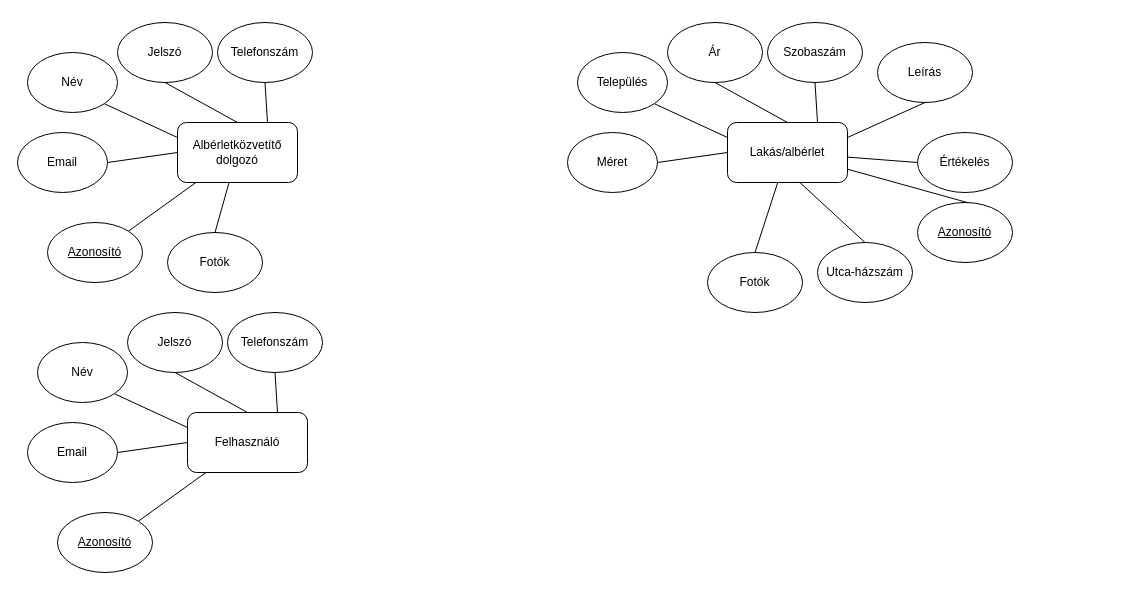
Earlier version of the draw.io diagram ek_diagramm.drawio (gmilan111/ingatlanos). Source tidied: cells renumbered, new cells numbered last; positions are measured from the earlier drawing's top-left corner, leaving out a move shared by most shapes. Both pictures are drawn from the tidied source at 100%, with x=0, y=0 at pixel (17, 22).
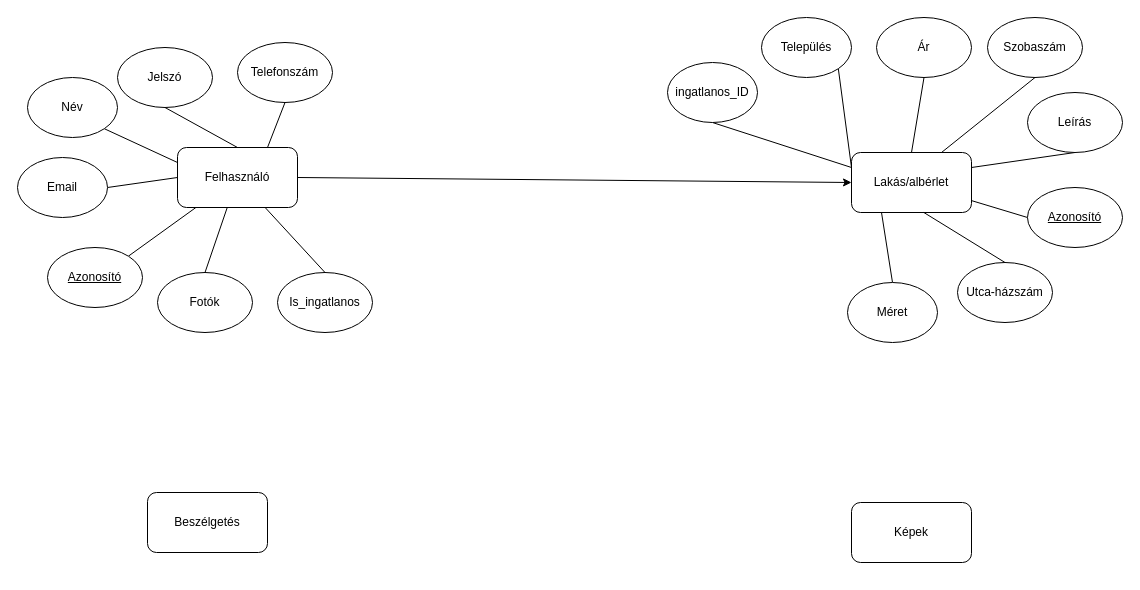
After the change.

Change to the diagram source:
```diff
@@
-    <mxCell id="2" value="Albérletközvetítő dolgozó" style="rounded=1;whiteSpace=wrap;html=1;" parent="1" vertex="1">
-      <mxGeometry x="160" y="100" width="120" height="60" as="geometry" />
+    <mxCell id="2" value="Felhasználó" style="rounded=1;whiteSpace=wrap;html=1;" parent="1" vertex="1">
+      <mxGeometry x="160" y="125" width="120" height="60" as="geometry" />
     </mxCell>
@@
     <mxCell id="4" value="Név&lt;br&gt;" style="ellipse;whiteSpace=wrap;html=1;" parent="1" vertex="1">
-      <mxGeometry x="10" y="30" width="90" height="60" as="geometry" />
+      <mxGeometry x="10" y="55" width="90" height="60" as="geometry" />
     </mxCell>
@@
     <mxCell id="6" value="Email" style="ellipse;whiteSpace=wrap;html=1;" parent="1" vertex="1">
-      <mxGeometry y="110" width="90" height="60" as="geometry" />
+      <mxGeometry y="135" width="90" height="60" as="geometry" />
     </mxCell>
@@
     <mxCell id="8" value="Jelszó" style="ellipse;whiteSpace=wrap;html=1;" parent="1" vertex="1">
-      <mxGeometry x="100" width="95" height="60" as="geometry" />
+      <mxGeometry x="100" y="25" width="95" height="60" as="geometry" />
     </mxCell>
@@
     <mxCell id="10" value="Telefonszám" style="ellipse;whiteSpace=wrap;html=1;" parent="1" vertex="1">
-      <mxGeometry x="200" width="95" height="60" as="geometry" />
+      <mxGeometry x="220" y="20" width="95" height="60" as="geometry" />
     </mxCell>
@@
     <mxCell id="12" value="&lt;u&gt;Azonosító&lt;/u&gt;" style="ellipse;whiteSpace=wrap;html=1;" parent="1" vertex="1">
-      <mxGeometry x="30" y="200" width="95" height="60" as="geometry" />
+      <mxGeometry x="30" y="225" width="95" height="60" as="geometry" />
     </mxCell>
-    <mxCell id="13" value="Felhasználó" style="rounded=1;whiteSpace=wrap;html=1;" parent="1" vertex="1">
-      <mxGeometry x="170" y="390" width="120" height="60" as="geometry" />
-    </mxCell>
-    <mxCell id="14" style="rounded=0;jettySize=auto;html=1;exitX=1;exitY=1;exitDx=0;exitDy=0;entryX=0;entryY=0.25;entryDx=0;entryDy=0;endArrow=none;endFill=0;" parent="1" edge="1" source="15" target="13">
-      <mxGeometry relative="1" as="geometry" />
-    </mxCell>
-    <mxCell id="15" value="Név&lt;br&gt;" style="ellipse;whiteSpace=wrap;html=1;" parent="1" vertex="1">
-      <mxGeometry x="20" y="320" width="90" height="60" as="geometry" />
-    </mxCell>
-    <mxCell id="16" style="rounded=0;jettySize=auto;html=1;exitX=1;exitY=0.5;exitDx=0;exitDy=0;entryX=0;entryY=0.5;entryDx=0;entryDy=0;strokeWidth=1;endArrow=none;endFill=0;" parent="1" edge="1" source="17" target="13">
-      <mxGeometry relative="1" as="geometry" />
-    </mxCell>
-    <mxCell id="17" value="Email" style="ellipse;whiteSpace=wrap;html=1;" parent="1" vertex="1">
-      <mxGeometry x="10" y="400" width="90" height="60" as="geometry" />
-    </mxCell>
-    <mxCell id="18" style="rounded=0;jettySize=auto;html=1;exitX=0.5;exitY=1;exitDx=0;exitDy=0;entryX=0.5;entryY=0;entryDx=0;entryDy=0;endArrow=none;endFill=0;" parent="1" edge="1" source="19" target="13">
-      <mxGeometry relative="1" as="geometry" />
-    </mxCell>
-    <mxCell id="19" value="Jelszó" style="ellipse;whiteSpace=wrap;html=1;" parent="1" vertex="1">
-      <mxGeometry x="110" y="290" width="95" height="60" as="geometry" />
-    </mxCell>
-    <mxCell id="20" style="rounded=0;jettySize=auto;html=1;exitX=0.5;exitY=1;exitDx=0;exitDy=0;entryX=0.75;entryY=0;entryDx=0;entryDy=0;endArrow=none;endFill=0;" parent="1" edge="1" source="21" target="13">
-      <mxGeometry relative="1" as="geometry" />
-    </mxCell>
-    <mxCell id="21" value="Telefonszám" style="ellipse;whiteSpace=wrap;html=1;" parent="1" vertex="1">
-      <mxGeometry x="210" y="290" width="95" height="60" as="geometry" />
-    </mxCell>
-    <mxCell id="22" style="rounded=0;jettySize=auto;html=1;exitX=1;exitY=0;exitDx=0;exitDy=0;endArrow=none;endFill=0;" parent="1" edge="1" source="23" target="13">
-      <mxGeometry relative="1" as="geometry" />
-    </mxCell>
-    <mxCell id="23" value="&lt;u&gt;Azonosító&lt;/u&gt;" style="ellipse;whiteSpace=wrap;html=1;" parent="1" vertex="1">
-      <mxGeometry x="40" y="490" width="95" height="60" as="geometry" />
-    </mxCell>
     <mxCell id="24" value="Lakás/albérlet" style="rounded=1;whiteSpace=wrap;html=1;" parent="1" vertex="1">
-      <mxGeometry x="710" y="100" width="120" height="60" as="geometry" />
+      <mxGeometry x="834" y="130" width="120" height="60" as="geometry" />
     </mxCell>
@@
     <mxCell id="26" value="Település" style="ellipse;whiteSpace=wrap;html=1;" parent="1" vertex="1">
-      <mxGeometry x="560" y="30" width="90" height="60" as="geometry" />
+      <mxGeometry x="744" y="-5" width="90" height="60" as="geometry" />
     </mxCell>
-    <mxCell id="27" style="rounded=0;jettySize=auto;html=1;exitX=1;exitY=0.5;exitDx=0;exitDy=0;entryX=0;entryY=0.5;entryDx=0;entryDy=0;strokeWidth=1;endArrow=none;endFill=0;" parent="1" edge="1" source="28" target="24">
+    <mxCell id="27" style="rounded=0;jettySize=auto;html=1;exitX=0.5;exitY=0;exitDx=0;exitDy=0;entryX=0.25;entryY=1;entryDx=0;entryDy=0;strokeWidth=1;endArrow=none;endFill=0;" parent="1" edge="1" source="28" target="24">
       <mxGeometry relative="1" as="geometry" />
     </mxCell>
     <mxCell id="28" value="Méret" style="ellipse;whiteSpace=wrap;html=1;" parent="1" vertex="1">
-      <mxGeometry x="550" y="110" width="90" height="60" as="geometry" />
+      <mxGeometry x="830" y="260" width="90" height="60" as="geometry" />
     </mxCell>
@@
     <mxCell id="30" value="Ár" style="ellipse;whiteSpace=wrap;html=1;" parent="1" vertex="1">
-      <mxGeometry x="650" width="95" height="60" as="geometry" />
+      <mxGeometry x="859" y="-5" width="95" height="60" as="geometry" />
     </mxCell>
@@
     <mxCell id="32" value="Szobaszám" style="ellipse;whiteSpace=wrap;html=1;" parent="1" vertex="1">
-      <mxGeometry x="750" width="95" height="60" as="geometry" />
+      <mxGeometry x="970" y="-5" width="95" height="60" as="geometry" />
     </mxCell>
-    <mxCell id="33" style="rounded=0;jettySize=auto;html=1;exitX=1;exitY=0;exitDx=0;exitDy=0;endArrow=none;endFill=0;" parent="1" edge="1" source="34" target="24">
+    <mxCell id="33" style="rounded=0;jettySize=auto;html=1;exitX=0;exitY=0.5;exitDx=0;exitDy=0;endArrow=none;endFill=0;" parent="1" edge="1" source="34" target="24">
       <mxGeometry relative="1" as="geometry" />
     </mxCell>
     <mxCell id="34" value="&lt;u&gt;Azonosító&lt;/u&gt;" style="ellipse;whiteSpace=wrap;html=1;" parent="1" vertex="1">
-      <mxGeometry x="900" y="180" width="95" height="60" as="geometry" />
+      <mxGeometry x="1010" y="165" width="95" height="60" as="geometry" />
     </mxCell>
@@
     <mxCell id="36" value="Leírás" style="ellipse;whiteSpace=wrap;html=1;" parent="1" vertex="1">
-      <mxGeometry x="860" y="20" width="95" height="60" as="geometry" />
+      <mxGeometry x="1010" y="70" width="95" height="60" as="geometry" />
     </mxCell>
-    <mxCell id="37" style="rounded=0;jettySize=auto;html=1;exitX=0;exitY=0.5;exitDx=0;exitDy=0;endArrow=none;endFill=0;" parent="1" edge="1" source="38" target="24">
-      <mxGeometry relative="1" as="geometry" />
-    </mxCell>
-    <mxCell id="38" value="Értékelés" style="ellipse;whiteSpace=wrap;html=1;" parent="1" vertex="1">
-      <mxGeometry x="900" y="110" width="95" height="60" as="geometry" />
-    </mxCell>
@@
     <mxCell id="40" value="Utca-házszám&lt;br&gt;" style="ellipse;whiteSpace=wrap;html=1;" parent="1" vertex="1">
-      <mxGeometry x="800" y="220" width="95" height="60" as="geometry" />
+      <mxGeometry x="940" y="240" width="95" height="60" as="geometry" />
     </mxCell>
-    <mxCell id="41" style="rounded=0;jettySize=auto;html=1;exitX=0.5;exitY=0;exitDx=0;exitDy=0;endArrow=none;endFill=0;" parent="1" edge="1" source="42" target="24">
-      <mxGeometry relative="1" as="geometry" />
-    </mxCell>
-    <mxCell id="42" value="Fotók" style="ellipse;whiteSpace=wrap;html=1;" parent="1" vertex="1">
-      <mxGeometry x="690" y="230" width="95" height="60" as="geometry" />
-    </mxCell>
@@
     <mxCell id="44" value="Fotók" style="ellipse;whiteSpace=wrap;html=1;" parent="1" vertex="1">
-      <mxGeometry x="150" y="210" width="95" height="60" as="geometry" />
+      <mxGeometry x="140" y="250" width="95" height="60" as="geometry" />
     </mxCell>
+    <mxCell id="45" style="rounded=0;jettySize=auto;html=1;exitX=1;exitY=0.5;exitDx=0;exitDy=0;entryX=0;entryY=0.5;entryDx=0;entryDy=0;" parent="1" edge="1" source="2" target="24">
+      <mxGeometry relative="1" as="geometry" />
+    </mxCell>
+    <mxCell id="46" style="rounded=0;jettySize=auto;html=1;exitX=0;exitY=0.25;exitDx=0;exitDy=0;endArrow=none;endFill=0;entryX=0.5;entryY=1;entryDx=0;entryDy=0;" parent="1" edge="1" source="24" target="47">
+      <mxGeometry relative="1" as="geometry" />
+    </mxCell>
+    <mxCell id="47" value="ingatlanos_ID" style="ellipse;whiteSpace=wrap;html=1;" parent="1" vertex="1">
+      <mxGeometry x="650" y="40" width="90" height="60" as="geometry" />
+    </mxCell>
+    <mxCell id="48" value="Beszélgetés" style="rounded=1;whiteSpace=wrap;html=1;" parent="1" vertex="1">
+      <mxGeometry x="130" y="470" width="120" height="60" as="geometry" />
+    </mxCell>
+    <mxCell id="49" value="Képek" style="rounded=1;whiteSpace=wrap;html=1;" parent="1" vertex="1">
+      <mxGeometry x="834" y="480" width="120" height="60" as="geometry" />
+    </mxCell>
+    <mxCell id="50" style="rounded=0;jettySize=auto;html=1;exitX=0.5;exitY=0;exitDx=0;exitDy=0;strokeColor=default;endArrow=none;endFill=0;" parent="1" edge="1" source="51" target="2">
+      <mxGeometry relative="1" as="geometry" />
+    </mxCell>
+    <mxCell id="51" value="Is_ingatlanos" style="ellipse;whiteSpace=wrap;html=1;" parent="1" vertex="1">
+      <mxGeometry x="260" y="250" width="95" height="60" as="geometry" />
+    </mxCell>
```
